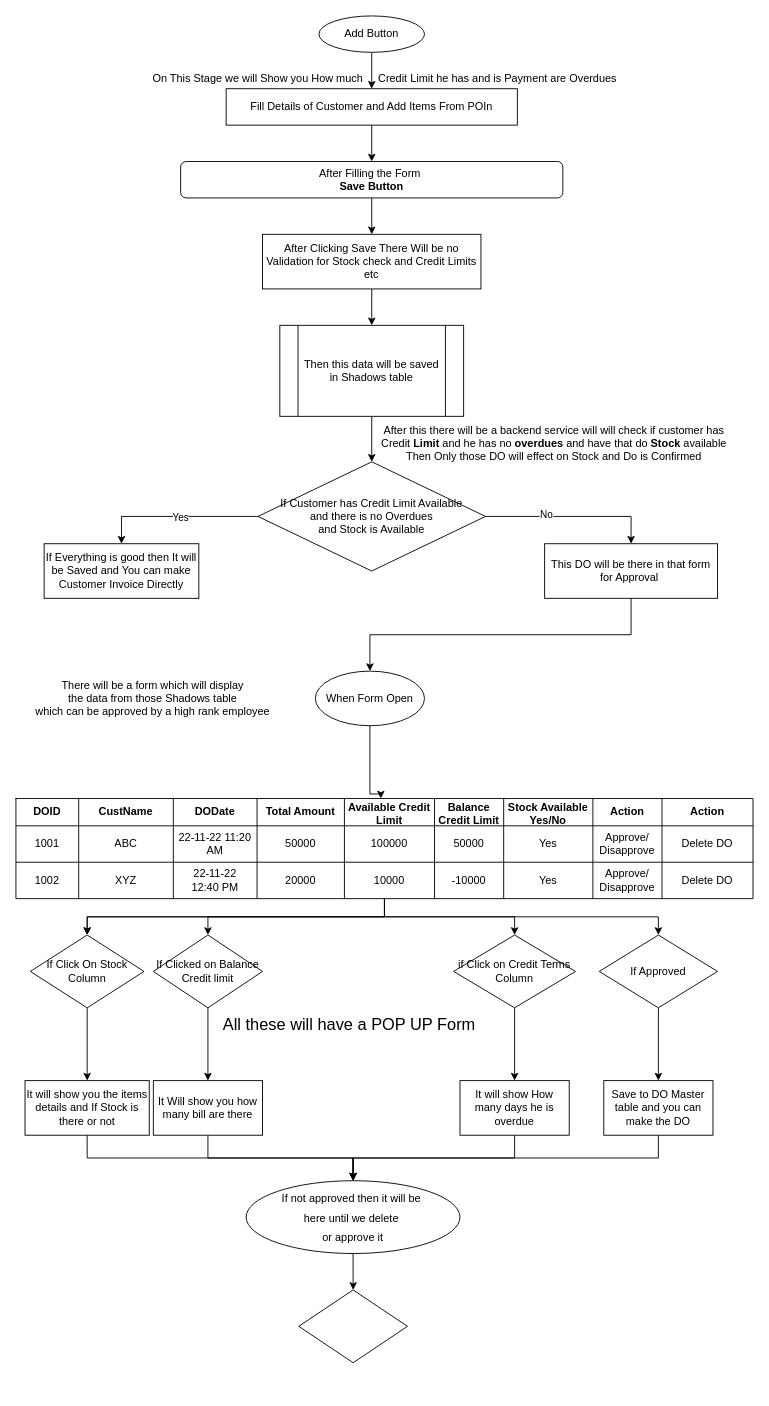
Snag-hub/Gui.Net keeps this draw.io diagram as Untitled Diagram.drawio. Above is the earlier version. Source tidied: cells renumbered, new cells numbered last; positions are measured from the earlier drawing's top-left corner, leaving out a move shared by most shapes. Both pictures are drawn from the tidied source at 91%, with x=0, y=0 at pixel (15, 15).
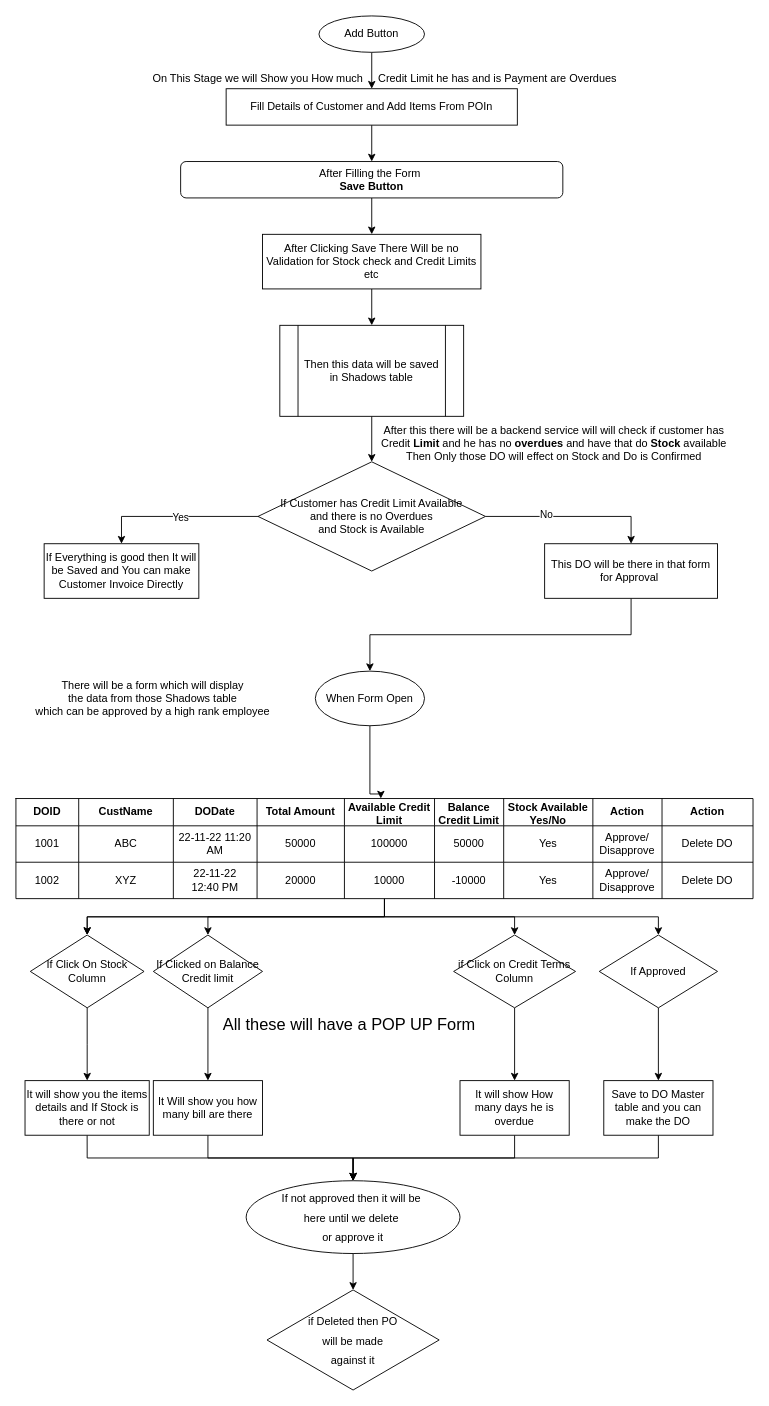
Above is the later version.

Diff of the diagram source:
```diff
@@
-    <mxCell id="80" style="rhombus;whiteSpace=wrap;html=1;fontSize=18;" parent="1" vertex="1">
-      <mxGeometry x="310.8" y="1400" width="119.5" height="80" as="geometry" />
+    <mxCell id="80" value="&lt;span style=&quot;font-size: 12px;&quot;&gt;if Deleted then PO&lt;br&gt;will be made&lt;br&gt;against it&lt;br&gt;&lt;/span&gt;" style="rhombus;whiteSpace=wrap;html=1;fontSize=18;" parent="1" vertex="1">
+      <mxGeometry x="275.9" y="1400" width="189.2" height="110" as="geometry" />
     </mxCell>
```
